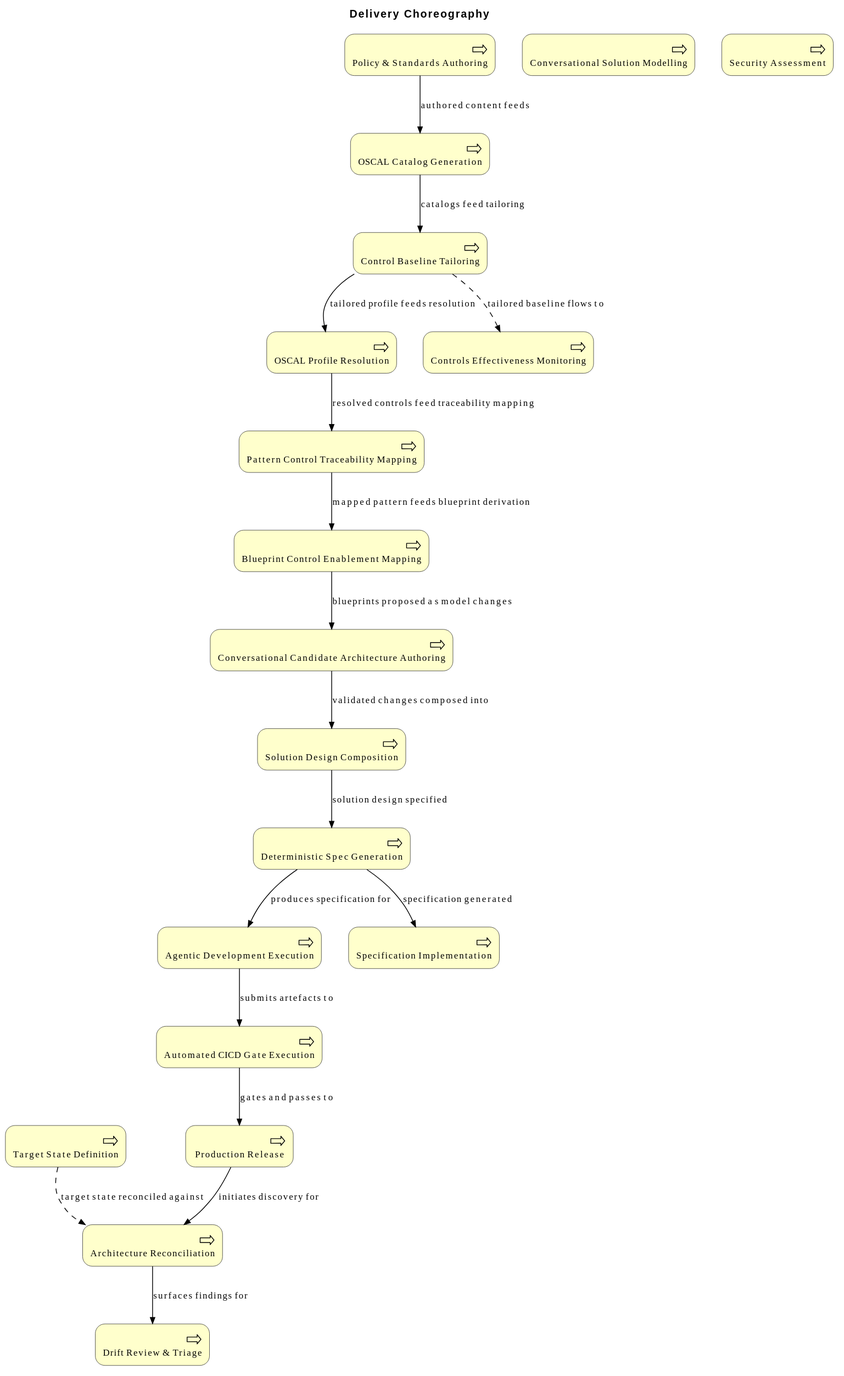
Above: architecture/model/diagrams/business/delivery.svg in wolffy-au/frictionless-architect (PlantUML), before the change. Source of this version:
```plantuml
@startuml
!include <archimate/Archimate>

title Delivery Choreography

Business_Process(e_id65467a0befb959, "Deterministic Spec Generation")
Business_Process(e_id0ee6a752deff52, "Agentic Development Execution")
Business_Process(e_id799f46ebb7e15b, "Automated CICD Gate Execution")
Business_Process(e_id9459a13c29ec5d, "Production Release")
Business_Process(e_id3a7a27eefeb751, "Architecture Reconciliation")
Business_Process(e_id33612ed603b85e, "Drift Review & Triage")
Business_Process(e_id395c9c2923aa56, "Target State Definition")
Business_Process(e_id5959dd7c3bbe59, "Conversational Candidate Architecture Authoring")
Business_Process(e_id4991c823f6d55b, "Solution Design Composition")
Business_Process(e_idb15bf3bc08d15d, "Conversational Solution Modelling")
Business_Process(e_idbbfbc45c295253, "Security Assessment")
Business_Process(e_idba4ef821169f5d, "Specification Implementation")
Business_Process(e_id14fa9f783d5350, "Policy & Standards Authoring")
Business_Process(e_idfeca8b2013795e, "OSCAL Catalog Generation")
Business_Process(e_id5bcc1abc98d154, "Control Baseline Tailoring")
Business_Process(e_id57b0ad85b82a5e, "OSCAL Profile Resolution")
Business_Process(e_id65065ee24d3c54, "Pattern Control Traceability Mapping")
Business_Process(e_id378927722a8d5a, "Blueprint Control Enablement Mapping")
Business_Process(e_id18a08f8aff8057, "Controls Effectiveness Monitoring")

Rel_Triggering(e_id65467a0befb959, e_id0ee6a752deff52, "produces specification for")
Rel_Triggering(e_id0ee6a752deff52, e_id799f46ebb7e15b, "submits artefacts to")
Rel_Triggering(e_id799f46ebb7e15b, e_id9459a13c29ec5d, "gates and passes to")
Rel_Triggering(e_id9459a13c29ec5d, e_id3a7a27eefeb751, "initiates discovery for")
Rel_Triggering(e_id3a7a27eefeb751, e_id33612ed603b85e, "surfaces findings for")
Rel_Triggering(e_idfeca8b2013795e, e_id5bcc1abc98d154, "catalogs feed tailoring")
Rel_Triggering(e_id5bcc1abc98d154, e_id57b0ad85b82a5e, "tailored profile feeds resolution")
Rel_Triggering(e_id14fa9f783d5350, e_idfeca8b2013795e, "authored content feeds")
Rel_Triggering(e_id57b0ad85b82a5e, e_id65065ee24d3c54, "resolved controls feed traceability mapping")
Rel_Flow(e_id5bcc1abc98d154, e_id18a08f8aff8057, "tailored baseline flows to")
Rel_Triggering(e_id65065ee24d3c54, e_id378927722a8d5a, "mapped pattern feeds blueprint derivation")
Rel_Triggering(e_id378927722a8d5a, e_id5959dd7c3bbe59, "blueprints proposed as model changes")
Rel_Triggering(e_id5959dd7c3bbe59, e_id4991c823f6d55b, "validated changes composed into")
Rel_Triggering(e_id4991c823f6d55b, e_id65467a0befb959, "solution design specified")
Rel_Flow(e_id395c9c2923aa56, e_id3a7a27eefeb751, "target state reconciled against")
Rel_Triggering(e_id65467a0befb959, e_idba4ef821169f5d, "specification generated")
@enduml
```
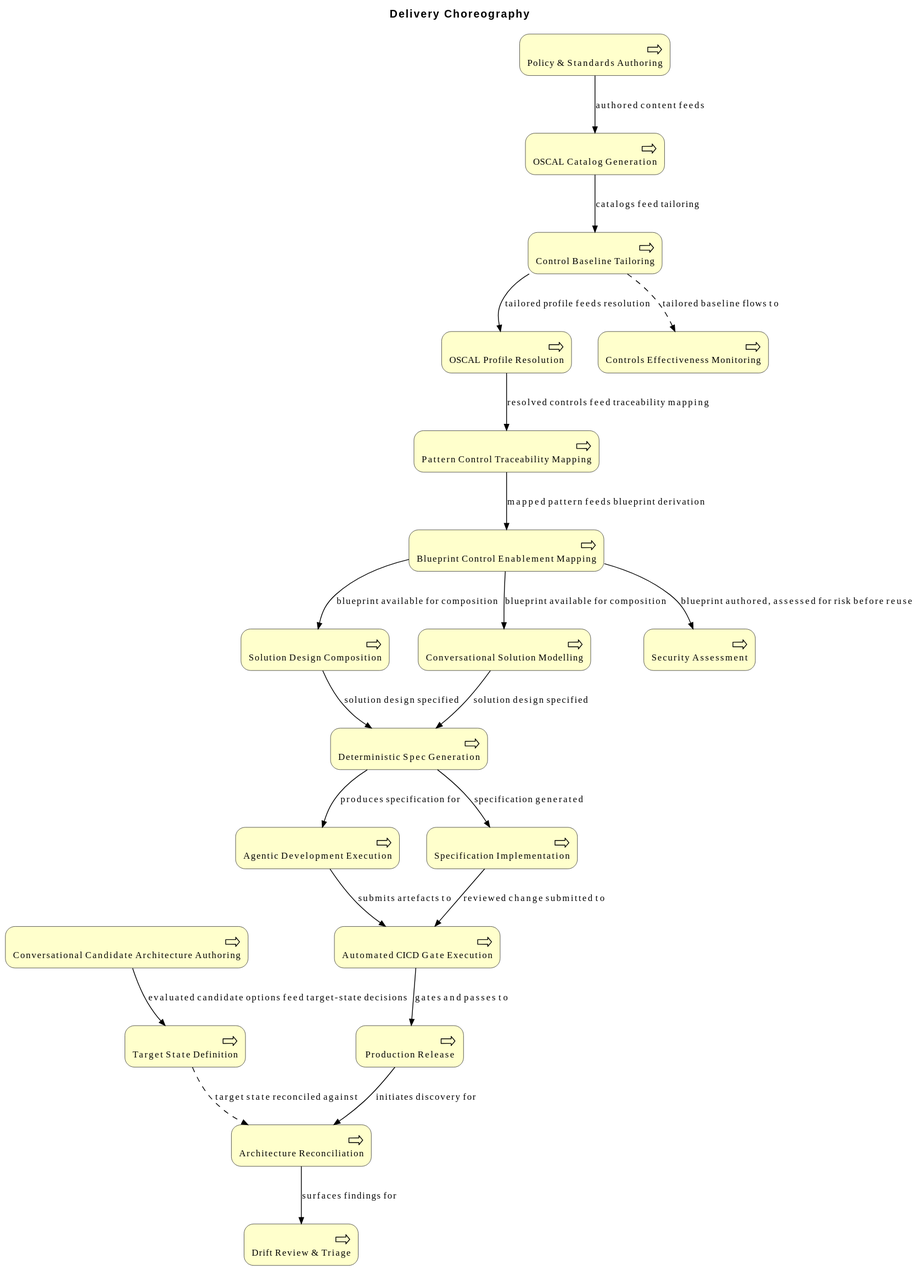
After the change.

Change to the diagram source:
```diff
@@ -34,9 +34,13 @@
 Rel_Triggering(e_id57b0ad85b82a5e, e_id65065ee24d3c54, "resolved controls feed traceability mapping")
 Rel_Flow(e_id5bcc1abc98d154, e_id18a08f8aff8057, "tailored baseline flows to")
 Rel_Triggering(e_id65065ee24d3c54, e_id378927722a8d5a, "mapped pattern feeds blueprint derivation")
-Rel_Triggering(e_id378927722a8d5a, e_id5959dd7c3bbe59, "blueprints proposed as model changes")
-Rel_Triggering(e_id5959dd7c3bbe59, e_id4991c823f6d55b, "validated changes composed into")
+Rel_Triggering(e_id378927722a8d5a, e_idbbfbc45c295253, "blueprint authored, assessed for risk before reuse")
+Rel_Triggering(e_id378927722a8d5a, e_id4991c823f6d55b, "blueprint available for composition")
+Rel_Triggering(e_id378927722a8d5a, e_idb15bf3bc08d15d, "blueprint available for composition")
+Rel_Triggering(e_id5959dd7c3bbe59, e_id395c9c2923aa56, "evaluated candidate options feed target-state decisions")
 Rel_Triggering(e_id4991c823f6d55b, e_id65467a0befb959, "solution design specified")
+Rel_Triggering(e_idb15bf3bc08d15d, e_id65467a0befb959, "solution design specified")
 Rel_Flow(e_id395c9c2923aa56, e_id3a7a27eefeb751, "target state reconciled against")
 Rel_Triggering(e_id65467a0befb959, e_idba4ef821169f5d, "specification generated")
+Rel_Triggering(e_idba4ef821169f5d, e_id799f46ebb7e15b, "reviewed change submitted to")
 @enduml
```
